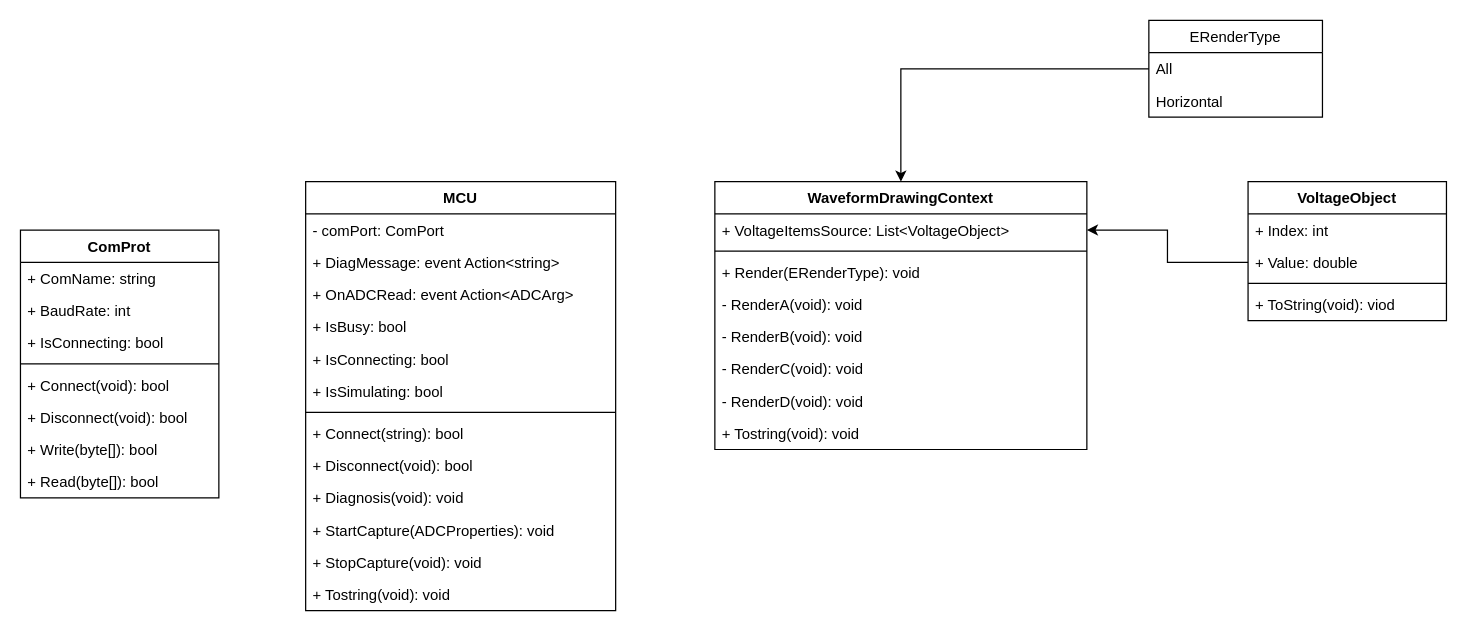
Earlier version of the draw.io diagram page "UML Class Diagram" (5 of 5) of ADC Monitor.drawio (Jasson-Chou/SideProject). Source tidied: cells renumbered, new cells numbered last; positions are measured from the earlier drawing's top-left corner, leaving out a move shared by most shapes. Both pictures are drawn from the tidied source at 124%, with x=0, y=0 at pixel (20, 20).
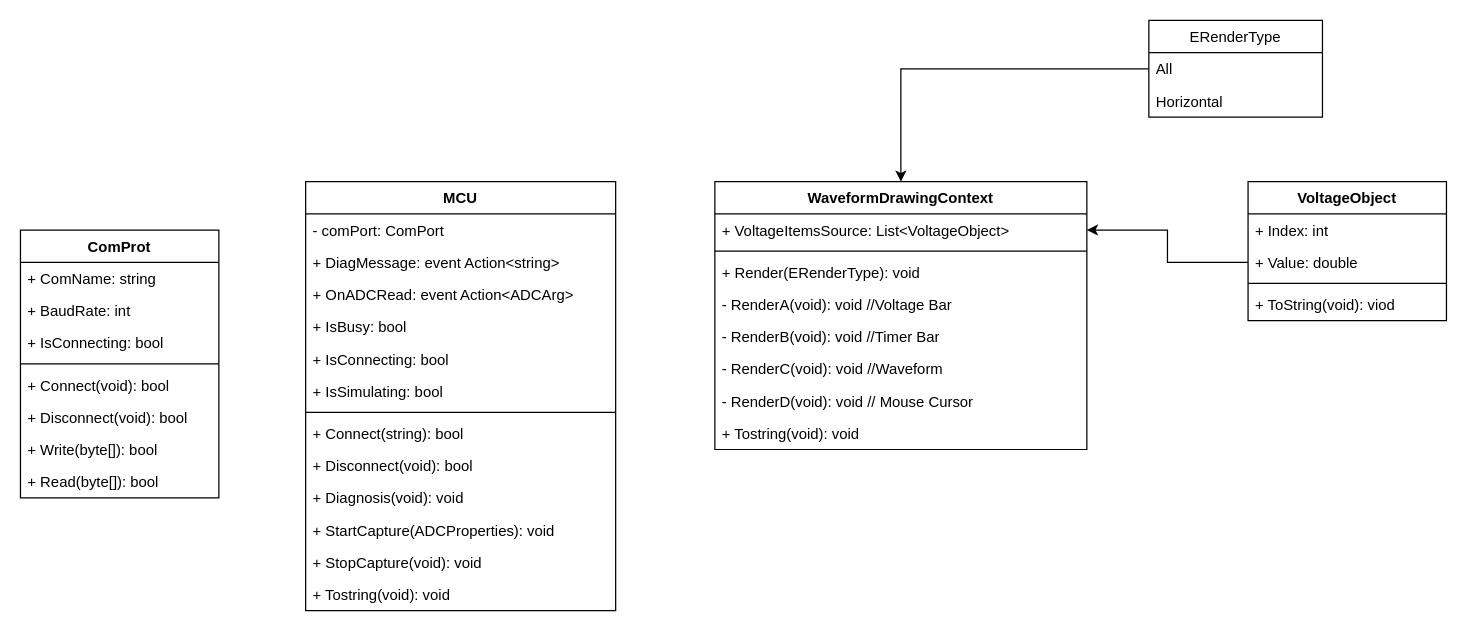
The same diagram, later.

The change refers to these unchanged cells:
```xml
<mxCell id="25" value="WaveformDrawingContext" style="swimlane;fontStyle=1;align=center;verticalAlign=top;horizontal=1;startSize=26;" parent="1" vertex="1">
  <mxGeometry x="560" y="130" width="300" height="216" as="geometry" />
</mxCell>
```

Change to the diagram source:
```diff
@@
-    <mxCell id="29" value="- RenderA(void): void" style="text;strokeColor=none;fillColor=none;align=left;verticalAlign=top;spacingLeft=4;spacingRight=4;overflow=hidden;" parent="25" vertex="1">
+    <mxCell id="29" value="- RenderA(void): void //Voltage Bar" style="text;strokeColor=none;fillColor=none;align=left;verticalAlign=top;spacingLeft=4;spacingRight=4;overflow=hidden;" parent="25" vertex="1">
       <mxGeometry y="86" width="300" height="26" as="geometry" />
     </mxCell>
-    <mxCell id="30" value="- RenderB(void): void" style="text;strokeColor=none;fillColor=none;align=left;verticalAlign=top;spacingLeft=4;spacingRight=4;overflow=hidden;" parent="25" vertex="1">
+    <mxCell id="30" value="- RenderB(void): void //Timer Bar" style="text;strokeColor=none;fillColor=none;align=left;verticalAlign=top;spacingLeft=4;spacingRight=4;overflow=hidden;" parent="25" vertex="1">
       <mxGeometry y="112" width="300" height="26" as="geometry" />
     </mxCell>
-    <mxCell id="31" value="- RenderC(void): void" style="text;strokeColor=none;fillColor=none;align=left;verticalAlign=top;spacingLeft=4;spacingRight=4;overflow=hidden;" parent="25" vertex="1">
+    <mxCell id="31" value="- RenderC(void): void //Waveform" style="text;strokeColor=none;fillColor=none;align=left;verticalAlign=top;spacingLeft=4;spacingRight=4;overflow=hidden;" parent="25" vertex="1">
       <mxGeometry y="138" width="300" height="26" as="geometry" />
     </mxCell>
-    <mxCell id="32" value="- RenderD(void): void" style="text;strokeColor=none;fillColor=none;align=left;verticalAlign=top;spacingLeft=4;spacingRight=4;overflow=hidden;" parent="25" vertex="1">
+    <mxCell id="32" value="- RenderD(void): void // Mouse Cursor" style="text;strokeColor=none;fillColor=none;align=left;verticalAlign=top;spacingLeft=4;spacingRight=4;overflow=hidden;" parent="25" vertex="1">
       <mxGeometry y="164" width="300" height="26" as="geometry" />
     </mxCell>
```
